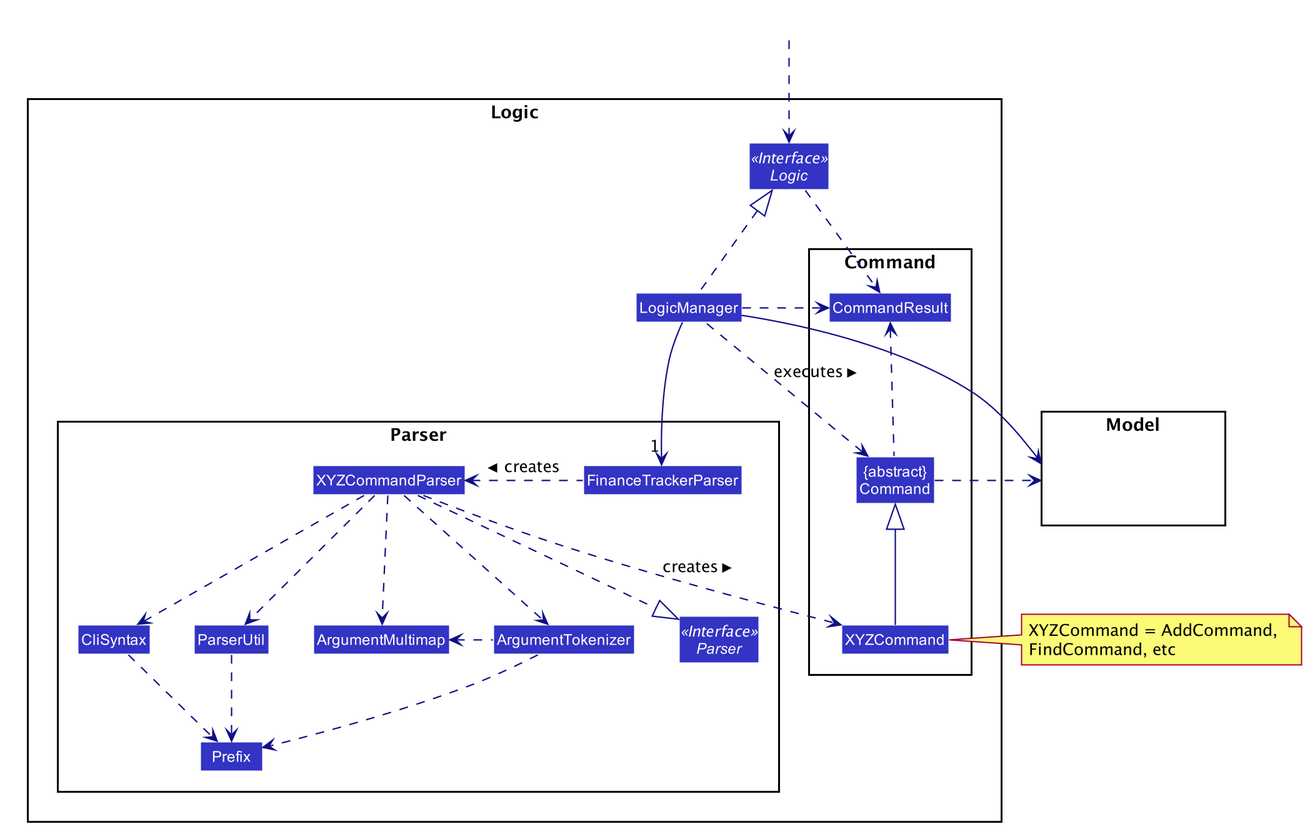
Before: docs/images/LogicClassDiagram.png, a diagram exported from PlantUML (AY2021S1-CS2103T-W16-3/tp).
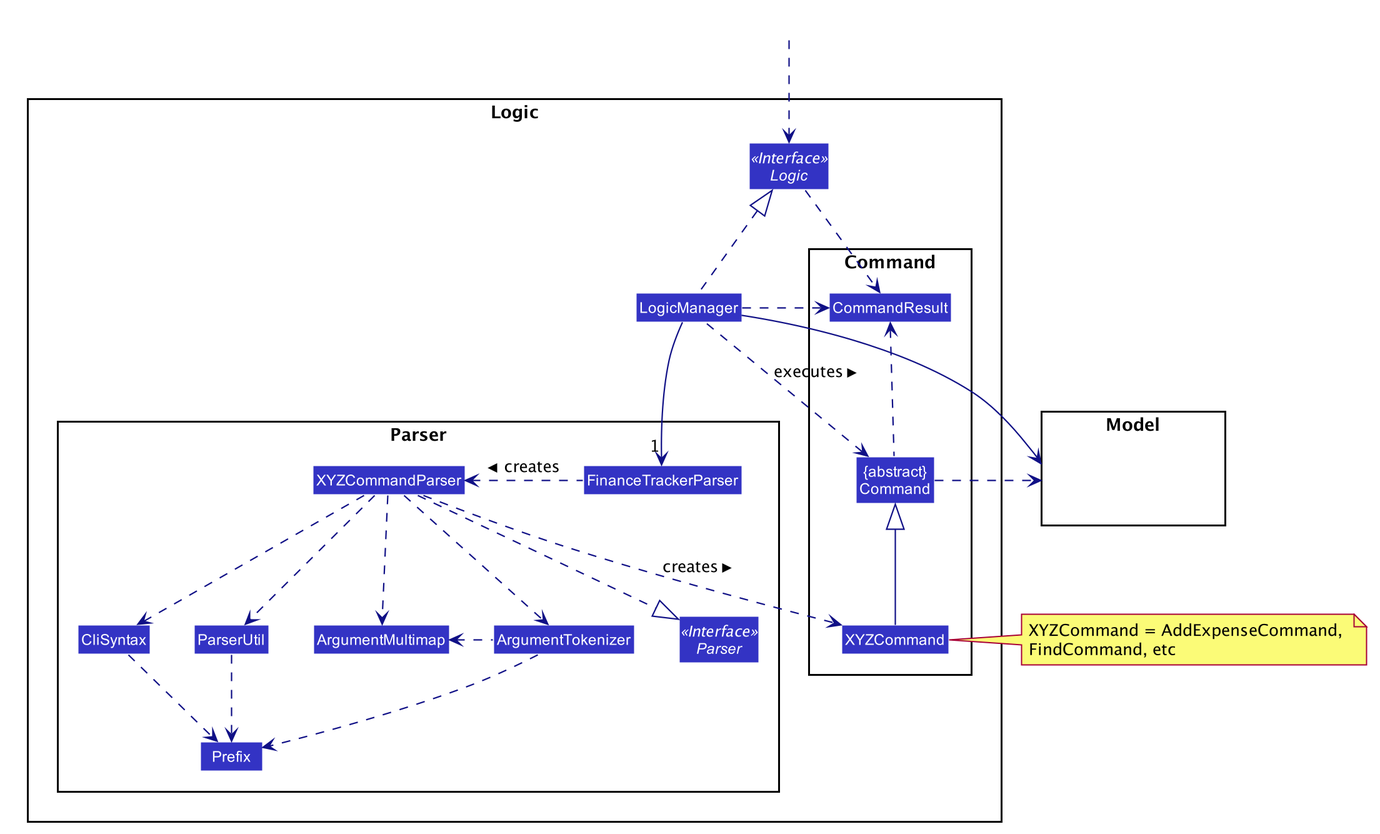
After the commit.

What changed in the source:
```diff
@@ -100,7 +100,7 @@
 
 LogicManager --> Model
 Command .right.> Model
-note right of XYZCommand: XYZCommand = AddCommand, \nFindCommand, etc
+note right of XYZCommand: XYZCommand = AddExpenseCommand, \nFindCommand, etc
 
 Logic ..> CommandResult
 LogicManager .down.> CommandResult
```
